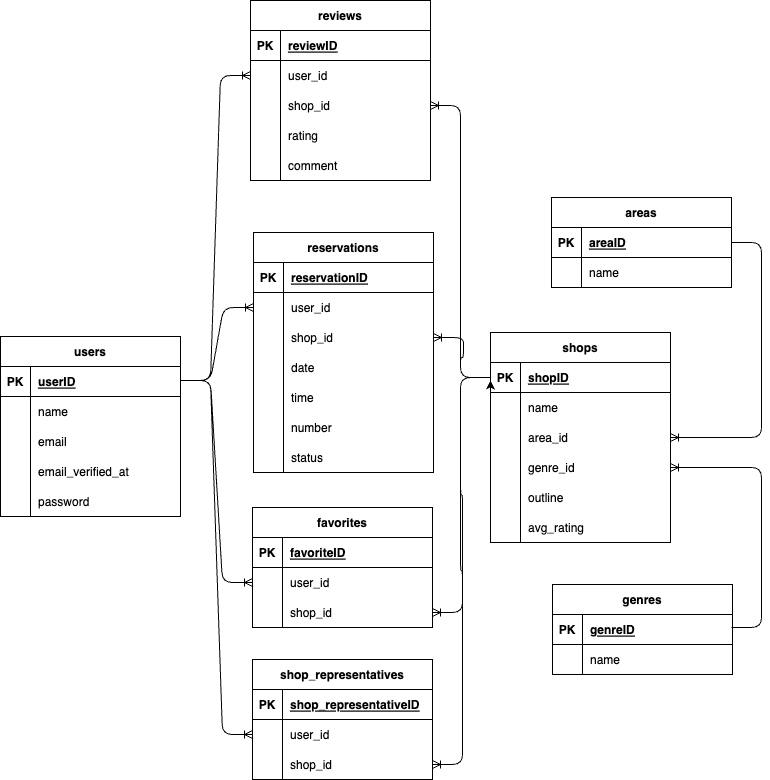
satouyouhei/Rese keeps this draw.io diagram as images/ER.drawio.png. Above is the earlier version. Source tidied: cells renumbered, new cells last; positions are measured from the earlier drawing's top-left corner, leaving out a move shared by most shapes.
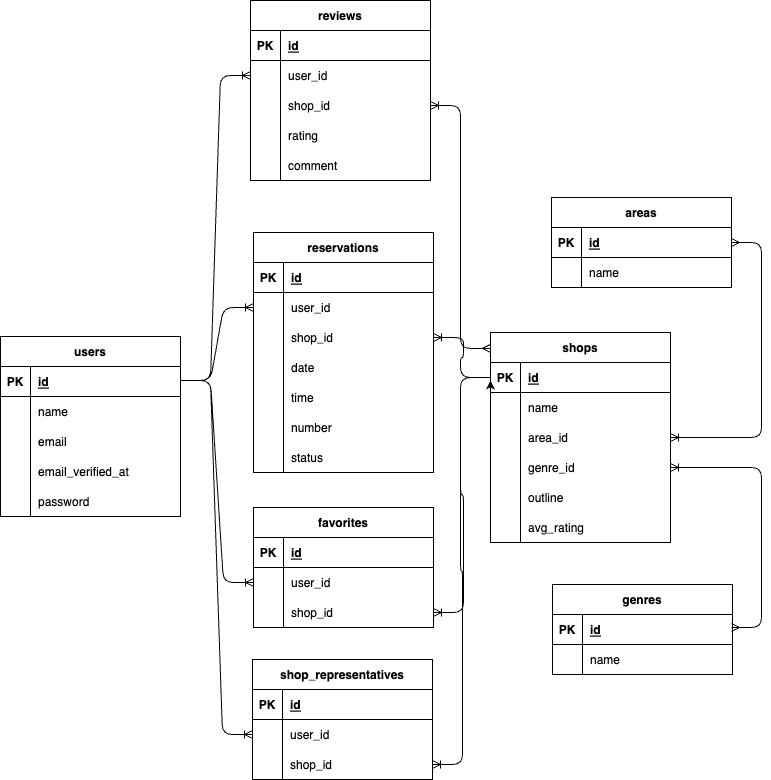
The same file after the commit.

Change to the diagram source:
```diff
@@ -11,7 +11,7 @@
     <mxCell id="4" value="PK" style="shape=partialRectangle;fillColor=none;top=0;left=0;bottom=0;right=0;fontStyle=1;overflow=hidden;" parent="3" vertex="1">
       <mxGeometry width="30" height="30" as="geometry" />
     </mxCell>
-    <mxCell id="5" value="userID" style="shape=partialRectangle;fillColor=none;top=0;left=0;bottom=0;right=0;align=left;spacingLeft=6;fontStyle=5;overflow=hidden;" parent="3" vertex="1">
+    <mxCell id="5" value="id" style="shape=partialRectangle;fillColor=none;top=0;left=0;bottom=0;right=0;align=left;spacingLeft=6;fontStyle=5;overflow=hidden;" parent="3" vertex="1">
       <mxGeometry x="30" width="150" height="30" as="geometry" />
     </mxCell>
     <mxCell id="6" style="shape=tableRow;horizontal=0;startSize=0;swimlaneHead=0;swimlaneBody=0;fillColor=none;top=0;left=0;right=0;bottom=0;" parent="2" vertex="1">
@@ -59,7 +59,7 @@
     <mxCell id="20" value="PK" style="shape=partialRectangle;fillColor=none;top=0;left=0;bottom=0;right=0;fontStyle=1;overflow=hidden;" parent="19" vertex="1">
       <mxGeometry width="30" height="30" as="geometry" />
     </mxCell>
-    <mxCell id="21" value="reviewID" style="shape=partialRectangle;fillColor=none;top=0;left=0;bottom=0;right=0;align=left;spacingLeft=6;fontStyle=5;overflow=hidden;" parent="19" vertex="1">
+    <mxCell id="21" value="id" style="shape=partialRectangle;fillColor=none;top=0;left=0;bottom=0;right=0;align=left;spacingLeft=6;fontStyle=5;overflow=hidden;" parent="19" vertex="1">
       <mxGeometry x="30" width="150" height="30" as="geometry" />
     </mxCell>
     <mxCell id="22" style="shape=tableRow;horizontal=0;startSize=0;swimlaneHead=0;swimlaneBody=0;fillColor=none;points=[[0,0.5],[1,0.5]];portConstraint=eastwest;top=0;left=0;right=0;bottom=0;" parent="18" vertex="1">
@@ -107,7 +107,7 @@
     <mxCell id="36" value="PK" style="shape=partialRectangle;fillColor=none;top=0;left=0;bottom=0;right=0;fontStyle=1;overflow=hidden;" parent="35" vertex="1">
       <mxGeometry width="30" height="30" as="geometry" />
     </mxCell>
-    <mxCell id="37" value="reservationID" style="shape=partialRectangle;fillColor=none;top=0;left=0;bottom=0;right=0;align=left;spacingLeft=6;fontStyle=5;overflow=hidden;" parent="35" vertex="1">
+    <mxCell id="37" value="id" style="shape=partialRectangle;fillColor=none;top=0;left=0;bottom=0;right=0;align=left;spacingLeft=6;fontStyle=5;overflow=hidden;" parent="35" vertex="1">
       <mxGeometry x="30" width="150" height="30" as="geometry" />
     </mxCell>
     <mxCell id="38" style="shape=tableRow;horizontal=0;startSize=0;swimlaneHead=0;swimlaneBody=0;fillColor=none;points=[[0,0.5],[1,0.5]];portConstraint=eastwest;top=0;left=0;right=0;bottom=0;" parent="34" vertex="1">
@@ -165,7 +165,7 @@
       <mxGeometry x="30" width="150" height="30" as="geometry" />
     </mxCell>
     <mxCell id="56" value="favorites" style="shape=table;startSize=30;rowLines=0;fontStyle=1;align=center;" parent="1" vertex="1">
-      <mxGeometry x="252" y="507" width="180" height="120" as="geometry" />
+      <mxGeometry x="253" y="507" width="180" height="120" as="geometry" />
     </mxCell>
     <mxCell id="57" style="shape=tableRow;horizontal=0;startSize=0;swimlaneHead=0;swimlaneBody=0;fillColor=none;top=0;left=0;right=0;bottom=1;" parent="56" vertex="1">
       <mxGeometry y="30" width="180" height="30" as="geometry" />
@@ -173,7 +173,7 @@
     <mxCell id="58" value="PK" style="shape=partialRectangle;fillColor=none;top=0;left=0;bottom=0;right=0;fontStyle=1;overflow=hidden;" parent="57" vertex="1">
       <mxGeometry width="30" height="30" as="geometry" />
     </mxCell>
-    <mxCell id="59" value="favoriteID" style="shape=partialRectangle;fillColor=none;top=0;left=0;bottom=0;right=0;align=left;spacingLeft=6;fontStyle=5;overflow=hidden;" parent="57" vertex="1">
+    <mxCell id="59" value="id" style="shape=partialRectangle;fillColor=none;top=0;left=0;bottom=0;right=0;align=left;spacingLeft=6;fontStyle=5;overflow=hidden;" parent="57" vertex="1">
       <mxGeometry x="30" width="150" height="30" as="geometry" />
     </mxCell>
     <mxCell id="60" style="shape=tableRow;horizontal=0;startSize=0;swimlaneHead=0;swimlaneBody=0;fillColor=none;points=[[0,0.5],[1,0.5]];portConstraint=eastwest;top=0;left=0;right=0;bottom=0;" parent="56" vertex="1">
@@ -203,7 +203,7 @@
     <mxCell id="68" value="PK" style="shape=partialRectangle;fillColor=none;top=0;left=0;bottom=0;right=0;fontStyle=1;overflow=hidden;" parent="67" vertex="1">
       <mxGeometry width="30" height="30" as="geometry" />
     </mxCell>
-    <mxCell id="69" value="shop_representativeID" style="shape=partialRectangle;fillColor=none;top=0;left=0;bottom=0;right=0;align=left;spacingLeft=6;fontStyle=5;overflow=hidden;" parent="67" vertex="1">
+    <mxCell id="69" value="id" style="shape=partialRectangle;fillColor=none;top=0;left=0;bottom=0;right=0;align=left;spacingLeft=6;fontStyle=5;overflow=hidden;" parent="67" vertex="1">
       <mxGeometry x="30" width="150" height="30" as="geometry" />
     </mxCell>
     <mxCell id="70" style="shape=tableRow;horizontal=0;startSize=0;swimlaneHead=0;swimlaneBody=0;fillColor=none;points=[[0,0.5],[1,0.5]];portConstraint=eastwest;top=0;left=0;right=0;bottom=0;" parent="66" vertex="1">
@@ -238,7 +238,7 @@
     <mxCell id="79" value="PK" style="shape=partialRectangle;fillColor=none;top=0;left=0;bottom=0;right=0;fontStyle=1;overflow=hidden;" parent="78" vertex="1">
       <mxGeometry width="30" height="30" as="geometry" />
     </mxCell>
-    <mxCell id="80" value="shopID" style="shape=partialRectangle;fillColor=none;top=0;left=0;bottom=0;right=0;align=left;spacingLeft=6;fontStyle=5;overflow=hidden;" parent="78" vertex="1">
+    <mxCell id="80" value="id" style="shape=partialRectangle;fillColor=none;top=0;left=0;bottom=0;right=0;align=left;spacingLeft=6;fontStyle=5;overflow=hidden;" parent="78" vertex="1">
       <mxGeometry x="30" width="150" height="30" as="geometry" />
     </mxCell>
     <mxCell id="81" style="shape=tableRow;horizontal=0;startSize=0;swimlaneHead=0;swimlaneBody=0;fillColor=none;top=0;left=0;right=0;bottom=0;" parent="77" vertex="1">
@@ -295,7 +295,7 @@
     <mxCell id="98" value="PK" style="shape=partialRectangle;fillColor=none;top=0;left=0;bottom=0;right=0;fontStyle=1;overflow=hidden;" parent="97" vertex="1">
       <mxGeometry width="30" height="30" as="geometry" />
     </mxCell>
-    <mxCell id="99" value="areaID" style="shape=partialRectangle;fillColor=none;top=0;left=0;bottom=0;right=0;align=left;spacingLeft=6;fontStyle=5;overflow=hidden;" parent="97" vertex="1">
+    <mxCell id="99" value="id" style="shape=partialRectangle;fillColor=none;top=0;left=0;bottom=0;right=0;align=left;spacingLeft=6;fontStyle=5;overflow=hidden;" parent="97" vertex="1">
       <mxGeometry x="30" width="150" height="30" as="geometry" />
     </mxCell>
     <mxCell id="100" style="shape=tableRow;horizontal=0;startSize=0;swimlaneHead=0;swimlaneBody=0;fillColor=none;top=0;left=0;right=0;bottom=0;" parent="96" vertex="1">
@@ -316,7 +316,7 @@
     <mxCell id="105" value="PK" style="shape=partialRectangle;fillColor=none;top=0;left=0;bottom=0;right=0;fontStyle=1;overflow=hidden;" parent="104" vertex="1">
       <mxGeometry width="30" height="30" as="geometry" />
     </mxCell>
-    <mxCell id="106" value="genreID" style="shape=partialRectangle;fillColor=none;top=0;left=0;bottom=0;right=0;align=left;spacingLeft=6;fontStyle=5;overflow=hidden;" parent="104" vertex="1">
+    <mxCell id="106" value="id" style="shape=partialRectangle;fillColor=none;top=0;left=0;bottom=0;right=0;align=left;spacingLeft=6;fontStyle=5;overflow=hidden;" parent="104" vertex="1">
       <mxGeometry x="30" width="150" height="30" as="geometry" />
     </mxCell>
     <mxCell id="107" style="shape=tableRow;horizontal=0;startSize=0;swimlaneHead=0;swimlaneBody=0;fillColor=none;top=0;left=0;right=0;bottom=0;" parent="103" vertex="1">
@@ -348,7 +348,7 @@
         <mxPoint x="180" y="380" as="sourcePoint" />
       </mxGeometry>
     </mxCell>
-    <mxCell id="114" style="edgeStyle=entityRelationEdgeStyle;fontSize=12;html=1;endArrow=ERoneToMany;exitX=0;exitY=0.5;exitDx=0;exitDy=0;entryX=1;entryY=0.5;entryDx=0;entryDy=0;" parent="1" edge="1" source="78" target="25">
+    <mxCell id="114" style="edgeStyle=entityRelationEdgeStyle;fontSize=12;html=1;endArrow=ERoneToMany;exitX=0;exitY=0.076;exitDx=0;exitDy=0;entryX=1;entryY=0.5;entryDx=0;entryDy=0;exitPerimeter=0;startArrow=ERmany;startFill=0;" parent="1" edge="1" source="77" target="25">
       <mxGeometry relative="1" as="geometry" />
     </mxCell>
     <mxCell id="115" style="edgeStyle=entityRelationEdgeStyle;fontSize=12;html=1;endArrow=ERoneToMany;exitX=0;exitY=0.5;exitDx=0;exitDy=0;" parent="1" edge="1" source="78" target="41">
@@ -360,10 +360,10 @@
     <mxCell id="117" style="edgeStyle=entityRelationEdgeStyle;fontSize=12;html=1;endArrow=ERoneToMany;exitX=0;exitY=0.5;exitDx=0;exitDy=0;" parent="1" edge="1" source="78" target="73">
       <mxGeometry relative="1" as="geometry" />
     </mxCell>
-    <mxCell id="118" style="edgeStyle=entityRelationEdgeStyle;fontSize=12;html=1;endArrow=ERoneToMany;" parent="1" edge="1" source="97" target="84">
+    <mxCell id="118" style="edgeStyle=entityRelationEdgeStyle;fontSize=12;html=1;endArrow=ERoneToMany;startArrow=ERmany;startFill=0;" parent="1" edge="1" source="97" target="84">
       <mxGeometry relative="1" as="geometry" />
     </mxCell>
-    <mxCell id="119" style="edgeStyle=entityRelationEdgeStyle;fontSize=12;html=1;endArrow=ERoneToMany;" parent="1" edge="1" target="87">
+    <mxCell id="119" style="edgeStyle=entityRelationEdgeStyle;fontSize=12;html=1;endArrow=ERoneToMany;startArrow=ERmany;startFill=0;" parent="1" edge="1" target="87">
       <mxGeometry relative="1" as="geometry">
         <mxPoint x="731" y="627" as="sourcePoint" />
       </mxGeometry>
```
